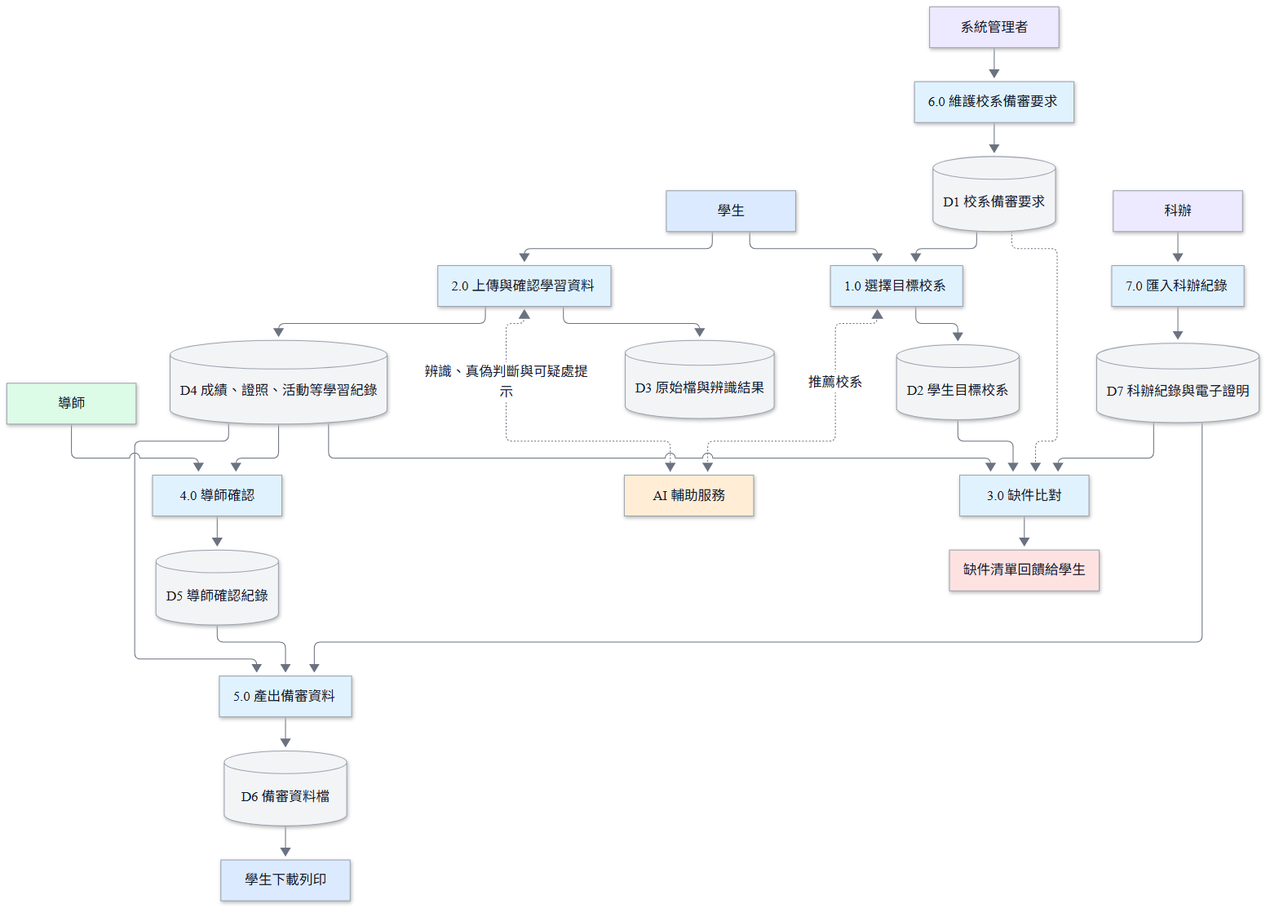
The Mermaid diagram docs/images/D-06-dfd.png in vujhdcusa/1028, before a commit. Its source is kept beside it as docs/images/D-06-dfd.mmd.
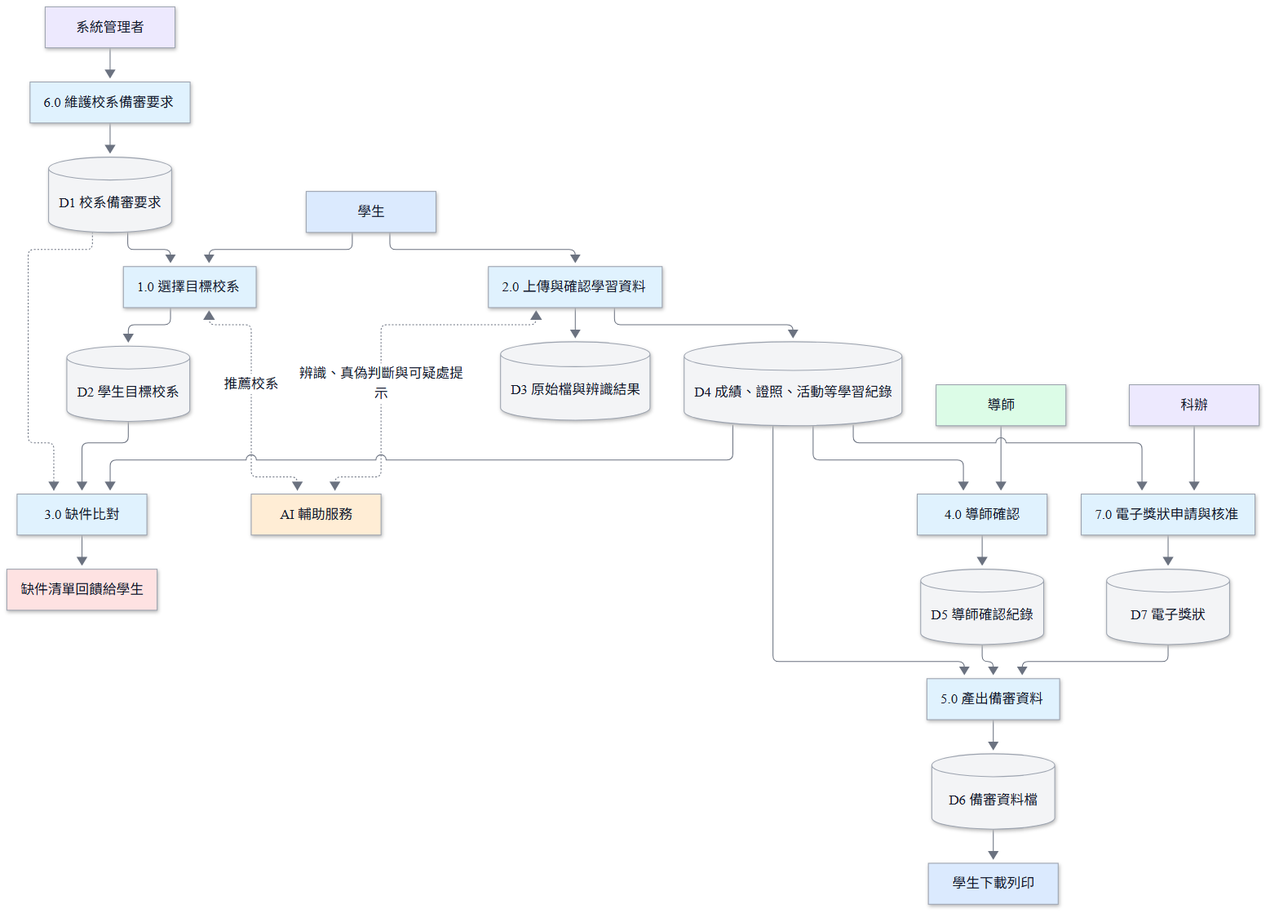
The same diagram one commit later.

Diff of the diagram source:
```diff
@@ -30,7 +30,7 @@
     D4 --> P5
     P5 --> D6[(D6 備審資料檔)]:::store
     D6 --> Download[學生下載列印]:::student
-    Staff[科辦]:::admin --> P7[7.0 匯入科辦紀錄]:::system
-    P7 --> D7[(D7 科辦紀錄與電子證明)]:::store
-    D7 --> P3
+    D4 --> P7[7.0 電子獎狀申請與核准]:::system
+    Staff[科辦]:::admin --> P7
+    P7 --> D7[(D7 電子獎狀)]:::store
     D7 --> P5
```
